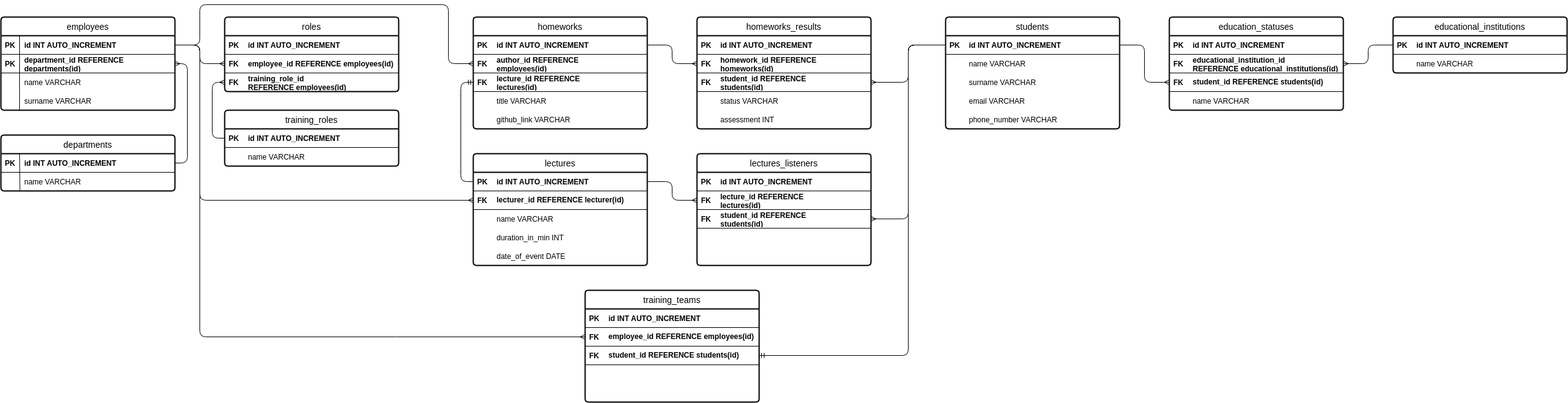
Earlier version of the draw.io export part2/Task_3_kolesa_upgrade_2022.png (Kolesa-Education/kolesa-upgrade-homework-4). Source tidied: cells renumbered, new cells last; positions are measured from the earlier drawing's top-left corner, leaving out a move shared by most shapes.
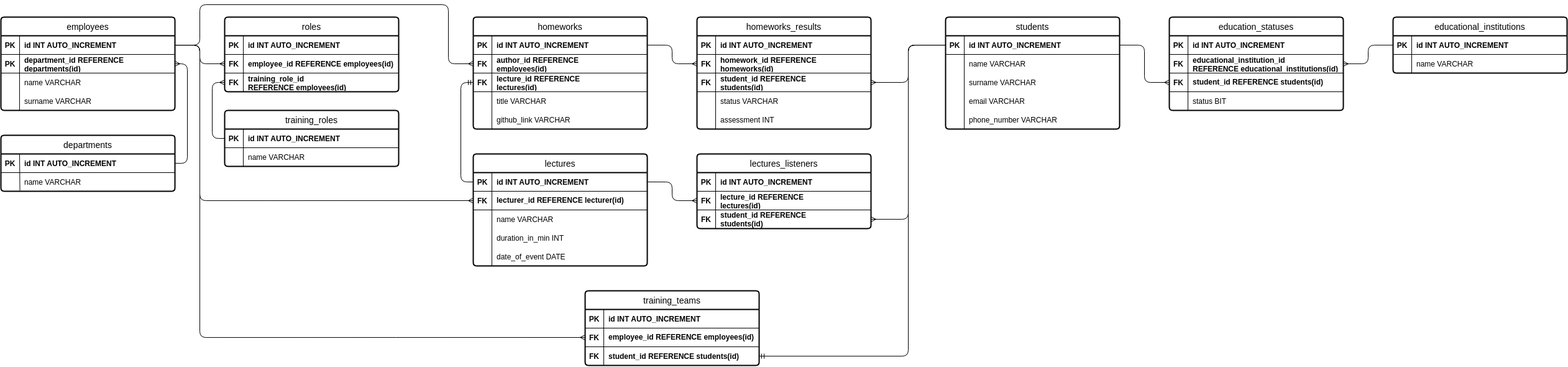
The same file after the commit.

What changed in the source:
```diff
@@ -53,6 +53,12 @@
     <mxCell id="18" value="phone_number VARCHAR" style="shape=partialRectangle;fillColor=none;top=0;left=0;bottom=0;right=0;align=left;spacingLeft=6;overflow=hidden;" parent="16" vertex="1">
       <mxGeometry x="30" width="250" height="30" as="geometry" />
     </mxCell>
+    <mxCell id="171" style="endArrow=none;html=1;rounded=0;exitX=0.107;exitY=1;exitDx=0;exitDy=0;exitPerimeter=0;" parent="2" edge="1">
+      <mxGeometry relative="1" as="geometry">
+        <mxPoint x="30" y="180" as="sourcePoint" />
+        <mxPoint x="30" y="30" as="targetPoint" />
+      </mxGeometry>
+    </mxCell>
     <mxCell id="19" value="educational_institutions" style="swimlane;horizontal=1;startSize=30;rounded=1;fontSize=14;fontStyle=0;strokeWidth=2;shadow=0;dashed=0;align=center;arcSize=6;" parent="1" vertex="1">
       <mxGeometry x="2240" y="20" width="280" height="90" as="geometry" />
     </mxCell>
@@ -116,9 +122,15 @@
     <mxCell id="39" style="shape=partialRectangle;fillColor=none;top=0;left=0;bottom=0;right=0;fontStyle=0;overflow=hidden;" parent="38" vertex="1">
       <mxGeometry width="30" height="30" as="geometry" />
     </mxCell>
-    <mxCell id="40" value="name VARCHAR" style="shape=partialRectangle;fillColor=none;top=0;left=0;bottom=0;right=0;align=left;spacingLeft=6;fontStyle=0;overflow=hidden;" parent="38" vertex="1">
+    <mxCell id="40" value="status BIT" style="shape=partialRectangle;fillColor=none;top=0;left=0;bottom=0;right=0;align=left;spacingLeft=6;fontStyle=0;overflow=hidden;" parent="38" vertex="1">
       <mxGeometry x="30" width="250" height="30" as="geometry" />
     </mxCell>
+    <mxCell id="172" style="endArrow=none;html=1;rounded=0;" parent="27" edge="1">
+      <mxGeometry relative="1" as="geometry">
+        <mxPoint x="30" y="150" as="sourcePoint" />
+        <mxPoint x="30" y="30" as="targetPoint" />
+      </mxGeometry>
+    </mxCell>
     <mxCell id="41" style="edgeStyle=orthogonalEdgeStyle;rounded=1;jettySize=auto;html=1;startArrow=ERmany;startFill=0;endArrow=none;endFill=0;" parent="1" edge="1" source="32" target="21">
       <mxGeometry relative="1" as="geometry" />
     </mxCell>
@@ -172,6 +184,11 @@
     <mxCell id="57" value="training_roles" style="swimlane;horizontal=1;startSize=30;rounded=1;fontSize=14;fontStyle=0;strokeWidth=2;shadow=0;dashed=0;align=center;arcSize=6;" parent="1" vertex="1">
       <mxGeometry x="360" y="170" width="280" height="90" as="geometry" />
     </mxCell>
+    <mxCell id="173" style="endArrow=none;html=1;rounded=0;exitX=0.107;exitY=1;exitDx=0;exitDy=0;exitPerimeter=0;" parent="57" edge="1" source="62">
+      <mxGeometry relative="1" as="geometry">
+        <mxPoint x="30" y="30" as="targetPoint" />
+      </mxGeometry>
+    </mxCell>
     <mxCell id="58" style="shape=table;startSize=0;rowLines=0;fontStyle=0;align=center;strokeColor=none;fillColor=none;fontFamily=Helvetica;fontSize=12;fontColor=default;" parent="57" vertex="1">
       <mxGeometry y="30" width="280" height="60" as="geometry" />
     </mxCell>
@@ -276,9 +293,20 @@
     <mxCell id="91" value="date_of_event DATE" style="shape=partialRectangle;fillColor=none;top=0;left=0;bottom=0;right=0;align=left;spacingLeft=6;overflow=hidden;" parent="89" vertex="1">
       <mxGeometry x="30" width="250" height="30" as="geometry" />
     </mxCell>
+    <mxCell id="174" style="endArrow=none;html=1;rounded=0;exitX=0.107;exitY=1;exitDx=0;exitDy=0;exitPerimeter=0;" parent="75" edge="1">
+      <mxGeometry relative="1" as="geometry">
+        <mxPoint x="30" y="180" as="sourcePoint" />
+        <mxPoint x="30" y="30" as="targetPoint" />
+      </mxGeometry>
+    </mxCell>
     <mxCell id="92" value="homeworks" style="swimlane;horizontal=1;startSize=30;rounded=1;fontSize=14;fontStyle=0;strokeWidth=2;shadow=0;dashed=0;align=center;arcSize=6;" parent="1" vertex="1">
       <mxGeometry x="760" y="20" width="280" height="180" as="geometry" />
     </mxCell>
+    <mxCell id="175" style="endArrow=none;html=1;rounded=0;exitX=0.107;exitY=1;exitDx=0;exitDy=0;exitPerimeter=0;" parent="92" edge="1" source="106">
+      <mxGeometry relative="1" as="geometry">
+        <mxPoint x="30" y="30" as="targetPoint" />
+      </mxGeometry>
+    </mxCell>
     <mxCell id="93" style="shape=table;startSize=0;rowLines=0;fontStyle=0;align=center;strokeColor=none;fillColor=none;fontFamily=Helvetica;fontSize=12;fontColor=default;" parent="92" vertex="1">
       <mxGeometry y="30" width="280" height="150" as="geometry" />
     </mxCell>
@@ -328,10 +356,10 @@
       <mxGeometry x="30" width="250" height="30" as="geometry" />
     </mxCell>
     <mxCell id="109" value="lectures_listeners" style="swimlane;horizontal=1;startSize=30;rounded=1;fontSize=14;fontStyle=0;strokeWidth=2;shadow=0;dashed=0;align=center;arcSize=6;" parent="1" vertex="1">
-      <mxGeometry x="1120" y="240" width="280" height="180" as="geometry" />
+      <mxGeometry x="1120" y="240" width="280" height="120" as="geometry" />
     </mxCell>
     <mxCell id="110" style="shape=table;startSize=0;rowLines=0;fontStyle=0;align=center;strokeColor=none;fillColor=none;fontFamily=Helvetica;fontSize=12;fontColor=default;" parent="109" vertex="1">
-      <mxGeometry y="30" width="280" height="150" as="geometry" />
+      <mxGeometry y="30" width="280" height="90" as="geometry" />
     </mxCell>
     <mxCell id="111" style="shape=tableRow;horizontal=0;startSize=0;swimlaneHead=0;swimlaneBody=0;fillColor=none;top=0;left=0;right=0;bottom=1;fontFamily=Helvetica;fontSize=12;fontColor=default;" parent="110" vertex="1">
       <mxGeometry width="280" height="30" as="geometry" />
@@ -351,19 +379,19 @@
     <mxCell id="116" value="lecture_id REFERENCE&#10;lectures(id)" style="shape=partialRectangle;fillColor=none;top=0;left=0;bottom=0;right=0;align=left;spacingLeft=6;fontStyle=1;overflow=hidden;fontFamily=Helvetica;fontSize=12;fontColor=default;whiteSpace=wrap;" parent="114" vertex="1">
       <mxGeometry x="30" width="250" height="30" as="geometry" />
     </mxCell>
-    <mxCell id="117" style="shape=tableRow;horizontal=0;startSize=0;swimlaneHead=0;swimlaneBody=0;fillColor=none;points=[[0,0.5],[1,0.5]];portConstraint=eastwest;top=0;left=0;right=0;bottom=1;fontFamily=Helvetica;fontSize=12;fontColor=default;" parent="110" vertex="1">
-      <mxGeometry y="60" width="280" height="30" as="geometry" />
-    </mxCell>
-    <mxCell id="118" value="FK" style="shape=partialRectangle;fillColor=none;top=0;left=0;bottom=0;right=0;fontStyle=1;overflow=hidden;fontFamily=Helvetica;fontSize=12;fontColor=default;" parent="117" vertex="1">
-      <mxGeometry width="30" height="30" as="geometry" />
-    </mxCell>
-    <mxCell id="119" value="student_id REFERENCE&#10;students(id)" style="shape=partialRectangle;fillColor=none;top=0;left=0;bottom=0;right=0;align=left;spacingLeft=6;fontStyle=1;overflow=hidden;fontFamily=Helvetica;fontSize=12;fontColor=default;whiteSpace=wrap;" parent="117" vertex="1">
-      <mxGeometry x="30" width="250" height="30" as="geometry" />
-    </mxCell>
+    <mxCell id="176" style="shape=tableRow;horizontal=0;startSize=0;swimlaneHead=0;swimlaneBody=0;fillColor=none;points=[[0,0.5],[1,0.5]];portConstraint=eastwest;top=0;left=0;right=0;bottom=0;" parent="110" vertex="1">
+      <mxGeometry y="60" width="280" height="30" as="geometry" />
+    </mxCell>
+    <mxCell id="177" value="FK" style="shape=partialRectangle;fillColor=none;top=0;left=0;bottom=0;right=0;overflow=hidden;fontStyle=1;" parent="176" vertex="1">
+      <mxGeometry width="30" height="30" as="geometry" />
+    </mxCell>
+    <mxCell id="178" value="student_id REFERENCE&#10;students(id)" style="shape=partialRectangle;fillColor=none;top=0;left=0;bottom=0;right=0;align=left;spacingLeft=6;overflow=hidden;fontStyle=1;" parent="176" vertex="1">
+      <mxGeometry x="30" width="250" height="30" as="geometry" />
+    </mxCell>
     <mxCell id="120" style="edgeStyle=orthogonalEdgeStyle;rounded=1;jettySize=auto;html=1;entryX=1;entryY=0.5;entryDx=0;entryDy=0;startArrow=ERmany;startFill=0;endArrow=none;endFill=0;" parent="1" edge="1" source="114" target="77">
       <mxGeometry relative="1" as="geometry" />
     </mxCell>
-    <mxCell id="121" style="edgeStyle=orthogonalEdgeStyle;rounded=1;jettySize=auto;html=1;startArrow=ERmany;startFill=0;endArrow=none;endFill=0;exitX=1;exitY=0.5;exitDx=0;exitDy=0;" parent="1" edge="1" source="117" target="4">
+    <mxCell id="121" style="edgeStyle=orthogonalEdgeStyle;rounded=1;jettySize=auto;html=1;startArrow=ERmany;startFill=0;endArrow=none;endFill=0;exitX=1;exitY=0.5;exitDx=0;exitDy=0;" parent="1" edge="1" source="176" target="4">
       <mxGeometry relative="1" as="geometry" />
     </mxCell>
     <mxCell id="122" value="homeworks_results" style="swimlane;horizontal=1;startSize=30;rounded=1;fontSize=14;fontStyle=0;strokeWidth=2;shadow=0;dashed=0;align=center;arcSize=6;" parent="1" vertex="1">
@@ -417,6 +445,12 @@
     <mxCell id="138" value="assessment INT" style="shape=partialRectangle;fillColor=none;top=0;left=0;bottom=0;right=0;align=left;spacingLeft=6;overflow=hidden;" parent="136" vertex="1">
       <mxGeometry x="30" width="250" height="30" as="geometry" />
     </mxCell>
+    <mxCell id="179" style="endArrow=none;html=1;rounded=0;exitX=0.107;exitY=1;exitDx=0;exitDy=0;exitPerimeter=0;" parent="122" edge="1">
+      <mxGeometry relative="1" as="geometry">
+        <mxPoint x="30" y="180" as="sourcePoint" />
+        <mxPoint x="30" y="30" as="targetPoint" />
+      </mxGeometry>
+    </mxCell>
     <mxCell id="139" style="edgeStyle=orthogonalEdgeStyle;rounded=1;jettySize=auto;html=1;startArrow=ERmany;startFill=0;endArrow=none;endFill=0;exitX=1;exitY=0.5;exitDx=0;exitDy=0;" parent="1" edge="1" source="130" target="4">
       <mxGeometry relative="1" as="geometry" />
     </mxCell>
@@ -427,10 +461,10 @@
       <mxGeometry relative="1" as="geometry" />
     </mxCell>
     <mxCell id="142" value="training_teams" style="swimlane;horizontal=1;startSize=30;rounded=1;fontSize=14;fontStyle=0;strokeWidth=2;shadow=0;dashed=0;align=center;arcSize=6;" parent="1" vertex="1">
-      <mxGeometry x="940" y="460" width="280" height="180" as="geometry" />
+      <mxGeometry x="940" y="460" width="280" height="120" as="geometry" />
     </mxCell>
     <mxCell id="143" style="shape=table;startSize=0;rowLines=0;fontStyle=0;align=center;strokeColor=none;fillColor=none;fontFamily=Helvetica;fontSize=12;fontColor=default;" parent="142" vertex="1">
-      <mxGeometry y="30" width="280" height="150" as="geometry" />
+      <mxGeometry y="30" width="280" height="90" as="geometry" />
     </mxCell>
     <mxCell id="144" style="shape=tableRow;horizontal=0;startSize=0;swimlaneHead=0;swimlaneBody=0;fillColor=none;top=0;left=0;right=0;bottom=1;fontFamily=Helvetica;fontSize=12;fontColor=default;" parent="143" vertex="1">
       <mxGeometry width="280" height="30" as="geometry" />
@@ -450,20 +484,21 @@
     <mxCell id="149" value="employee_id REFERENCE employees(id)" style="shape=partialRectangle;fillColor=none;top=0;left=0;bottom=0;right=0;align=left;spacingLeft=6;fontStyle=1;overflow=hidden;fontFamily=Helvetica;fontSize=12;fontColor=default;whiteSpace=wrap;" parent="147" vertex="1">
       <mxGeometry x="30" width="250" height="30" as="geometry" />
     </mxCell>
-    <mxCell id="150" style="shape=tableRow;horizontal=0;startSize=0;swimlaneHead=0;swimlaneBody=0;fillColor=none;points=[[0,0.5],[1,0.5]];portConstraint=eastwest;top=0;left=0;right=0;bottom=1;fontFamily=Helvetica;fontSize=12;fontColor=default;" parent="143" vertex="1">
-      <mxGeometry y="60" width="280" height="30" as="geometry" />
-    </mxCell>
-    <mxCell id="151" value="FK" style="shape=partialRectangle;fillColor=none;top=0;left=0;bottom=0;right=0;fontStyle=1;overflow=hidden;fontFamily=Helvetica;fontSize=12;fontColor=default;" parent="150" vertex="1">
-      <mxGeometry width="30" height="30" as="geometry" />
-    </mxCell>
-    <mxCell id="152" value="student_id REFERENCE students(id)" style="shape=partialRectangle;fillColor=none;top=0;left=0;bottom=0;right=0;align=left;spacingLeft=6;fontStyle=1;overflow=hidden;fontFamily=Helvetica;fontSize=12;fontColor=default;whiteSpace=wrap;" parent="150" vertex="1">
-      <mxGeometry x="30" width="250" height="30" as="geometry" />
-    </mxCell>
+    <mxCell id="180" style="shape=tableRow;horizontal=0;startSize=0;swimlaneHead=0;swimlaneBody=0;fillColor=none;points=[[0,0.5],[1,0.5]];portConstraint=eastwest;top=0;left=0;right=0;bottom=0;" parent="143" vertex="1">
+      <mxGeometry y="60" width="280" height="30" as="geometry" />
+    </mxCell>
+    <mxCell id="181" value="FK" style="shape=partialRectangle;fillColor=none;top=0;left=0;bottom=0;right=0;overflow=hidden;fontStyle=1;" parent="180" vertex="1">
+      <mxGeometry width="30" height="30" as="geometry" />
+    </mxCell>
+    <mxCell id="182" value="student_id REFERENCE students(id)" style="shape=partialRectangle;fillColor=none;top=0;left=0;bottom=0;right=0;align=left;spacingLeft=6;overflow=hidden;fontStyle=1;" parent="180" vertex="1">
+      <mxGeometry x="30" width="250" height="30" as="geometry" />
+    </mxCell>
-    <mxCell id="153" style="edgeStyle=orthogonalEdgeStyle;rounded=1;jettySize=auto;html=1;entryX=1;entryY=0.5;entryDx=0;entryDy=0;endArrow=ERmandOne;endFill=0;" parent="1" edge="1" source="4" target="150">
+    <mxCell id="153" style="edgeStyle=orthogonalEdgeStyle;rounded=1;jettySize=auto;html=1;entryX=1;entryY=0.5;entryDx=0;entryDy=0;endArrow=ERmandOne;endFill=0;" parent="1" edge="1" source="4" target="180">
       <mxGeometry relative="1" as="geometry">
         <Array as="points">
           <mxPoint x="1460" y="65" />
           <mxPoint x="1460" y="565" />
+          <mxPoint x="1220" y="565" />
         </Array>
       </mxGeometry>
     </mxCell>
@@ -486,6 +521,11 @@
     <mxCell id="156" value="roles" style="swimlane;horizontal=1;startSize=30;rounded=1;fontSize=14;fontStyle=0;strokeWidth=2;shadow=0;dashed=0;align=center;arcSize=6;" parent="1" vertex="1">
       <mxGeometry x="360" y="20" width="280" height="120" as="geometry" />
     </mxCell>
+    <mxCell id="183" style="endArrow=none;html=1;rounded=0;exitX=0.107;exitY=1;exitDx=0;exitDy=0;exitPerimeter=0;" parent="156" edge="1" source="164">
+      <mxGeometry relative="1" as="geometry">
+        <mxPoint x="30" y="30" as="targetPoint" />
+      </mxGeometry>
+    </mxCell>
     <mxCell id="157" style="shape=table;startSize=0;rowLines=0;fontStyle=0;align=center;strokeColor=none;fillColor=none;fontFamily=Helvetica;fontSize=12;fontColor=default;whiteSpace=wrap;" parent="156" vertex="1">
       <mxGeometry y="30" width="280" height="90" as="geometry" />
     </mxCell>
@@ -540,5 +580,23 @@
         </Array>
       </mxGeometry>
     </mxCell>
+    <mxCell id="184" style="endArrow=none;html=1;rounded=0;" parent="1" edge="1">
+      <mxGeometry relative="1" as="geometry">
+        <mxPoint x="1150" y="360" as="sourcePoint" />
+        <mxPoint x="1150" y="270" as="targetPoint" />
+      </mxGeometry>
+    </mxCell>
+    <mxCell id="185" style="endArrow=none;html=1;rounded=0;" parent="1" edge="1">
+      <mxGeometry relative="1" as="geometry">
+        <mxPoint x="970" y="580" as="sourcePoint" />
+        <mxPoint x="970" y="490" as="targetPoint" />
+      </mxGeometry>
+    </mxCell>
+    <mxCell id="186" style="endArrow=none;html=1;rounded=0;" parent="1" edge="1">
+      <mxGeometry relative="1" as="geometry">
+        <mxPoint x="2270" y="110" as="sourcePoint" />
+        <mxPoint x="2270" y="50" as="targetPoint" />
+      </mxGeometry>
+    </mxCell>
   </root>
 </mxGraphModel>
```
